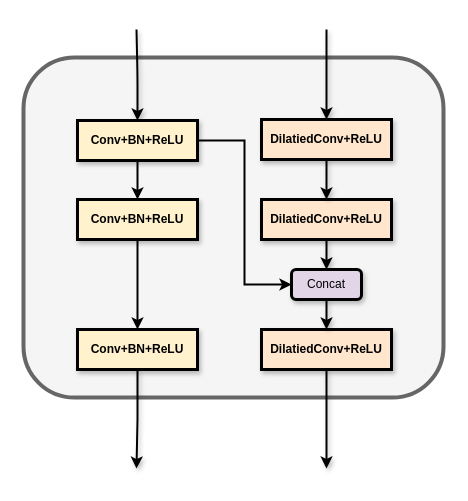
Above: Asymmetric_Cross_Path/c_asymm_without_residual.drawio in KopiSoftware/draw_cc_cloud (draw.io), before the change. Source tidied: cells renumbered, new cells numbered last; positions are measured from the earlier drawing's top-left corner, leaving out a move shared by most shapes. Both pictures are drawn from the tidied source at 100%, with x=0, y=0 at pixel (23, 29).
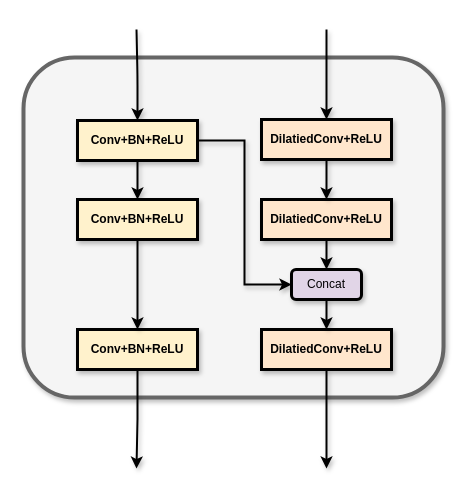
The same page after the edit.

Unchanged cells that the change refers to:
```xml
<mxCell id="6" value="&lt;b&gt;Conv+BN+ReLU&lt;/b&gt;" style="rounded=0;whiteSpace=wrap;html=1;fillColor=#fff2cc;strokeColor=#000000;strokeWidth=3;shadow=1;" parent="1" vertex="1">
  <mxGeometry x="54" y="91" width="120" height="40" as="geometry" />
</mxCell>
<mxCell id="8" value="&lt;b style=&quot;border-color: var(--border-color);&quot;&gt;Conv+BN+ReLU&lt;/b&gt;" style="rounded=0;whiteSpace=wrap;html=1;fillColor=#fff2cc;strokeColor=#000000;strokeWidth=3;shadow=1;" parent="1" vertex="1">
  <mxGeometry x="54" y="300" width="120" height="40" as="geometry" />
</mxCell>
<mxCell id="17" value="Concat" style="rounded=1;whiteSpace=wrap;html=1;strokeWidth=3;shadow=1;fillColor=#e1d5e7;strokeColor=#000000;" parent="1" vertex="1">
  <mxGeometry x="268" y="240" width="70" height="30" as="geometry" />
</mxCell>
<mxCell id="19" value="&lt;b&gt;Conv+BN+ReLU&lt;/b&gt;" style="rounded=0;whiteSpace=wrap;html=1;fillColor=#fff2cc;strokeColor=#000000;strokeWidth=3;shadow=1;" parent="1" vertex="1">
  <mxGeometry x="54" y="170" width="120" height="40" as="geometry" />
</mxCell>
```

What changed in the source:
```diff
@@
-    <mxCell id="2" style="rounded=1;whiteSpace=wrap;html=1;fillColor=#f5f5f5;strokeColor=#666666;strokeWidth=4;fontColor=#333333;" parent="1" vertex="1">
+    <mxCell id="2" style="rounded=1;whiteSpace=wrap;html=1;fillColor=#f5f5f5;strokeColor=#666666;strokeWidth=4;fontColor=#333333;shadow=1;" parent="1" vertex="1">
       <mxGeometry y="28" width="420" height="340" as="geometry" />
     </mxCell>
@@
-    <mxCell id="4" style="edgeStyle=orthogonalEdgeStyle;rounded=0;jettySize=auto;html=1;entryX=0;entryY=0.5;entryDx=0;entryDy=0;strokeWidth=2;" parent="1" edge="1" source="6" target="17">
+    <mxCell id="4" style="edgeStyle=orthogonalEdgeStyle;rounded=0;jettySize=auto;html=1;entryX=0;entryY=0.5;entryDx=0;entryDy=0;strokeWidth=2;shadow=1;" parent="1" edge="1" source="6" target="17">
       <mxGeometry relative="1" as="geometry" />
     </mxCell>
-    <mxCell id="5" style="edgeStyle=orthogonalEdgeStyle;rounded=0;jettySize=auto;html=1;entryX=0.5;entryY=0;entryDx=0;entryDy=0;strokeWidth=2;" parent="1" edge="1" source="6" target="19">
+    <mxCell id="5" style="edgeStyle=orthogonalEdgeStyle;rounded=0;jettySize=auto;html=1;entryX=0.5;entryY=0;entryDx=0;entryDy=0;strokeWidth=2;shadow=1;" parent="1" edge="1" source="6" target="19">
       <mxGeometry relative="1" as="geometry" />
     </mxCell>
@@
-    <mxCell id="18" style="edgeStyle=orthogonalEdgeStyle;rounded=0;jettySize=auto;html=1;entryX=0.5;entryY=0;entryDx=0;entryDy=0;strokeWidth=2;" parent="1" edge="1" source="19" target="8">
+    <mxCell id="18" style="edgeStyle=orthogonalEdgeStyle;rounded=0;jettySize=auto;html=1;entryX=0.5;entryY=0;entryDx=0;entryDy=0;strokeWidth=2;shadow=1;" parent="1" edge="1" source="19" target="8">
       <mxGeometry relative="1" as="geometry" />
     </mxCell>
```
